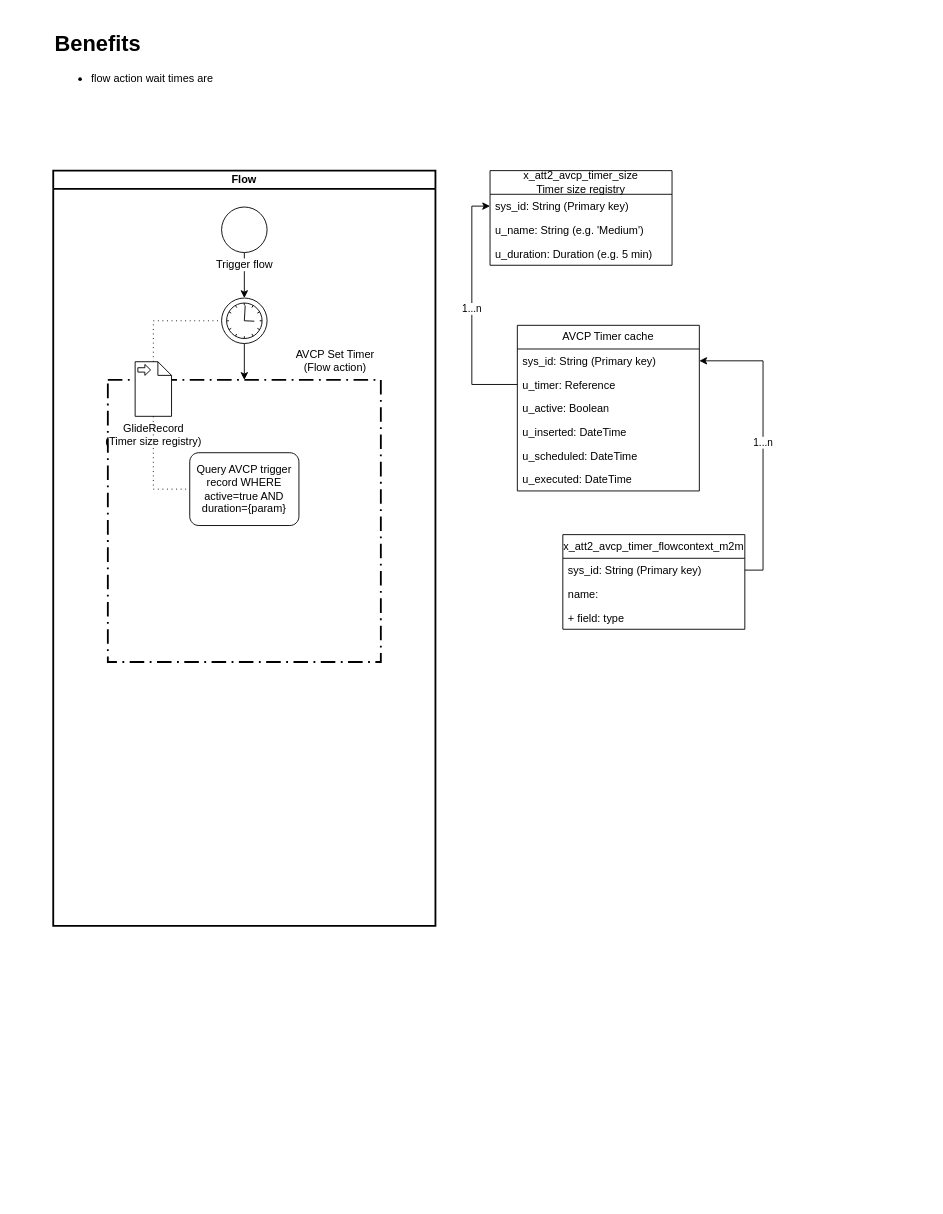
Earlier version of the draw.io diagram Flow Wait cache and setting.drawio (ceskie/CCW1856). Source tidied: cells renumbered, new cells numbered last; positions are measured from the earlier drawing's top-left corner, leaving out a move shared by most shapes. Both pictures are drawn from the tidied source at 91%, with x=0, y=0 at pixel (53, 25).
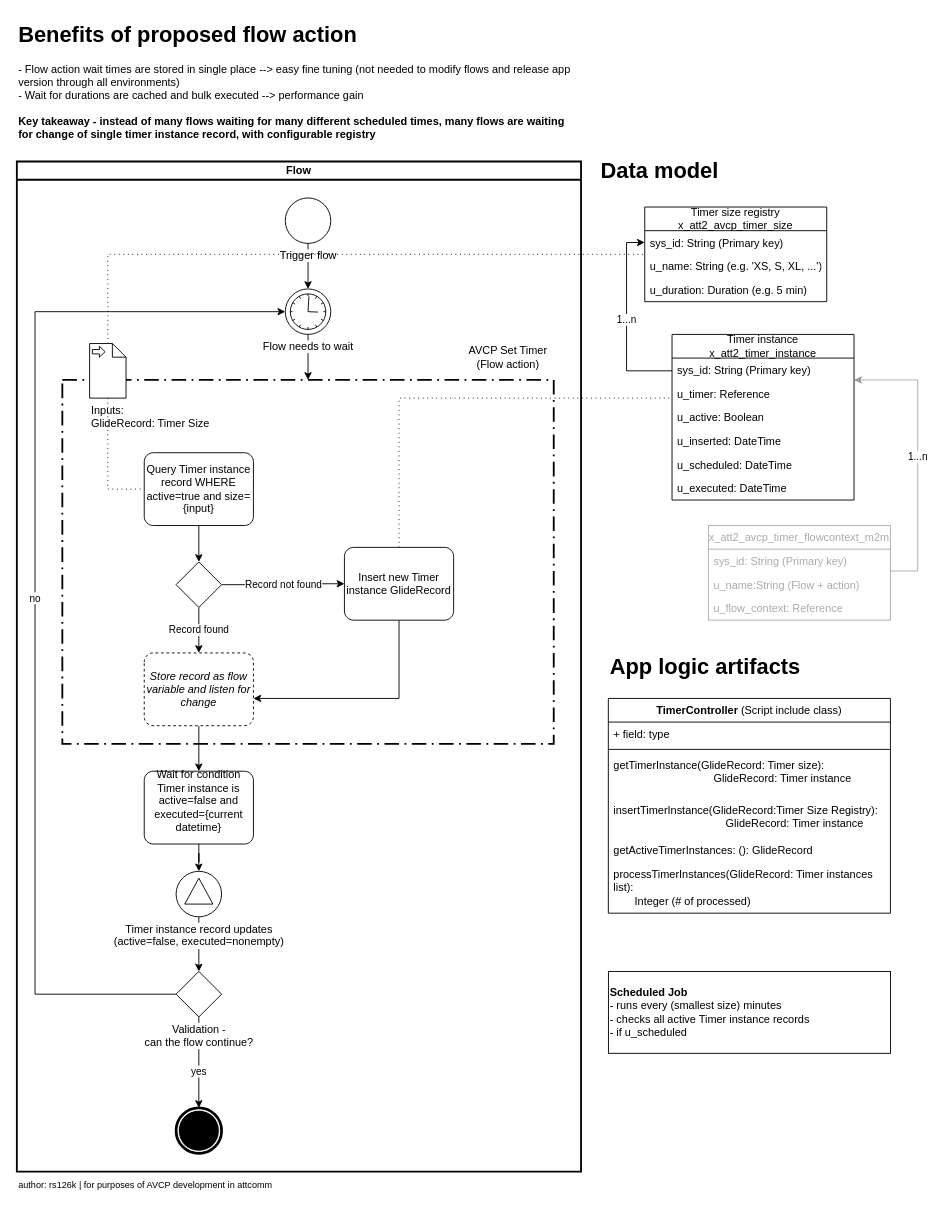
The same diagram, later.

Unchanged cells that the change refers to:
```xml
<mxCell id="14" value="sys_id: String (Primary key)" style="text;strokeColor=none;fillColor=none;align=left;verticalAlign=top;spacingLeft=4;spacingRight=4;overflow=hidden;points=[[0,0.5],[1,0.5]];portConstraint=eastwest;whiteSpace=wrap;html=1;" parent="13" vertex="1">
  <mxGeometry y="26" width="200" height="26" as="geometry" />
</mxCell>
<mxCell id="18" value="sys_id: String (Primary key)" style="text;strokeColor=none;fillColor=none;align=left;verticalAlign=top;spacingLeft=4;spacingRight=4;overflow=hidden;points=[[0,0.5],[1,0.5]];portConstraint=eastwest;whiteSpace=wrap;html=1;" parent="17" vertex="1">
  <mxGeometry y="26" width="200" height="26" as="geometry" />
</mxCell>
<mxCell id="19" value="u_timer: Reference" style="text;strokeColor=none;fillColor=none;align=left;verticalAlign=top;spacingLeft=4;spacingRight=4;overflow=hidden;points=[[0,0.5],[1,0.5]];portConstraint=eastwest;whiteSpace=wrap;html=1;" parent="17" vertex="1">
  <mxGeometry y="52" width="200" height="26" as="geometry" />
</mxCell>
```

The edit, as a diff of the source:
```diff
@@
     <mxCell id="2" value="&lt;b&gt;Flow&lt;/b&gt;" style="swimlane;html=1;startSize=20;fontStyle=0;horizontal=1;swimlaneLine=1;strokeWidth=2;swimlaneFillColor=#ffffff;whiteSpace=wrap;" parent="1" vertex="1">
-      <mxGeometry y="160" width="420" height="830" as="geometry" />
+      <mxGeometry x="-40" y="150" width="620" height="1110" as="geometry" />
     </mxCell>
     <mxCell id="3" style="points=[[0.25,0,0],[0.5,0,0],[0.75,0,0],[1,0.25,0],[1,0.5,0],[1,0.75,0],[0.75,1,0],[0.5,1,0],[0.25,1,0],[0,0.75,0],[0,0.5,0],[0,0.25,0]];rounded=1;arcSize=0;dashed=1;strokeColor=#000000;fillColor=none;gradientColor=none;dashPattern=8 3 1 3;strokeWidth=2;whiteSpace=wrap;html=1;" parent="2" vertex="1">
-      <mxGeometry x="60" y="230" width="300" height="310" as="geometry" />
+      <mxGeometry x="50" y="240" width="540" height="400" as="geometry" />
     </mxCell>
@@
     <mxCell id="5" value="Trigger flow" style="points=[[0.145,0.145,0],[0.5,0,0],[0.855,0.145,0],[1,0.5,0],[0.855,0.855,0],[0.5,1,0],[0.145,0.855,0],[0,0.5,0]];shape=mxgraph.bpmn.event;html=1;verticalLabelPosition=bottom;labelBackgroundColor=#ffffff;verticalAlign=top;align=center;perimeter=ellipsePerimeter;outlineConnect=0;outline=standard;symbol=general;" parent="2" vertex="1">
-      <mxGeometry x="185" y="40" width="50" height="50" as="geometry" />
+      <mxGeometry x="295" y="40" width="50" height="50" as="geometry" />
     </mxCell>
+    <mxCell id="31" style="edgeStyle=orthogonalEdgeStyle;rounded=0;jettySize=auto;html=1;" parent="2" edge="1" source="6" target="34">
+      <mxGeometry relative="1" as="geometry" />
+    </mxCell>
-    <mxCell id="6" value="Query AVCP trigger record WHERE&lt;br&gt;active=true AND duration={param}" style="points=[[0.25,0,0],[0.5,0,0],[0.75,0,0],[1,0.25,0],[1,0.5,0],[1,0.75,0],[0.75,1,0],[0.5,1,0],[0.25,1,0],[0,0.75,0],[0,0.5,0],[0,0.25,0]];shape=mxgraph.bpmn.task;whiteSpace=wrap;rectStyle=rounded;size=10;html=1;taskMarker=abstract;" parent="2" vertex="1">
-      <mxGeometry x="150" y="310" width="120" height="80" as="geometry" />
+    <mxCell id="6" value="Query Timer instance record WHERE active=true and size={input}" style="points=[[0.25,0,0],[0.5,0,0],[0.75,0,0],[1,0.25,0],[1,0.5,0],[1,0.75,0],[0.75,1,0],[0.5,1,0],[0.25,1,0],[0,0.75,0],[0,0.5,0],[0,0.25,0]];shape=mxgraph.bpmn.task;whiteSpace=wrap;rectStyle=rounded;size=10;html=1;taskMarker=abstract;" parent="2" vertex="1">
+      <mxGeometry x="140" y="320" width="120" height="80" as="geometry" />
     </mxCell>
@@
-    <mxCell id="8" style="points=[[0.145,0.145,0],[0.5,0,0],[0.855,0.145,0],[1,0.5,0],[0.855,0.855,0],[0.5,1,0],[0.145,0.855,0],[0,0.5,0]];shape=mxgraph.bpmn.event;html=1;verticalLabelPosition=bottom;labelBackgroundColor=#ffffff;verticalAlign=top;align=center;perimeter=ellipsePerimeter;outlineConnect=0;outline=standard;symbol=timer;" parent="2" vertex="1">
-      <mxGeometry x="185" y="140" width="50" height="50" as="geometry" />
+    <mxCell id="8" value="Flow needs to wait" style="points=[[0.145,0.145,0],[0.5,0,0],[0.855,0.145,0],[1,0.5,0],[0.855,0.855,0],[0.5,1,0],[0.145,0.855,0],[0,0.5,0]];shape=mxgraph.bpmn.event;html=1;verticalLabelPosition=bottom;labelBackgroundColor=#ffffff;verticalAlign=top;align=center;perimeter=ellipsePerimeter;outlineConnect=0;outline=standard;symbol=timer;" parent="2" vertex="1">
+      <mxGeometry x="295" y="140" width="50" height="50" as="geometry" />
     </mxCell>
-    <mxCell id="9" value="GlideRecord&lt;br&gt;(Timer size registry)" style="shape=mxgraph.bpmn.data;labelPosition=center;verticalLabelPosition=bottom;align=center;verticalAlign=top;size=15;html=1;bpmnTransferType=input;" parent="2" vertex="1">
-      <mxGeometry x="90" y="210" width="40" height="60" as="geometry" />
+    <mxCell id="9" value="Inputs:&lt;br&gt;GlideRecord: Timer Size" style="shape=mxgraph.bpmn.data;labelPosition=center;verticalLabelPosition=bottom;align=left;verticalAlign=top;size=15;html=1;bpmnTransferType=input;" parent="2" vertex="1">
+      <mxGeometry x="80" y="200" width="40" height="60" as="geometry" />
     </mxCell>
-    <mxCell id="10" style="edgeStyle=elbowEdgeStyle;fontSize=12;html=1;endFill=0;startFill=0;endSize=6;startSize=6;dashed=1;dashPattern=1 4;endArrow=none;startArrow=none;rounded=0;" parent="2" edge="1" source="9" target="8">
-      <mxGeometry relative="1" as="geometry">
-        <Array as="points">
-          <mxPoint x="110" y="220" />
-        </Array>
-      </mxGeometry>
-    </mxCell>
     <mxCell id="11" style="edgeStyle=elbowEdgeStyle;fontSize=12;html=1;endFill=0;startFill=0;endSize=6;startSize=6;dashed=1;dashPattern=1 4;endArrow=none;startArrow=none;rounded=0;" parent="2" edge="1" source="9" target="6">
       <mxGeometry relative="1" as="geometry">
         <Array as="points">
-          <mxPoint x="110" y="300" />
+          <mxPoint x="100" y="310" />
         </Array>
       </mxGeometry>
     </mxCell>
     <mxCell id="12" value="AVCP Set Timer (Flow action)" style="text;html=1;strokeColor=none;fillColor=none;align=center;verticalAlign=middle;whiteSpace=wrap;rounded=0;" parent="2" vertex="1">
-      <mxGeometry x="260" y="194" width="100" height="30" as="geometry" />
+      <mxGeometry x="490" y="200" width="100" height="30" as="geometry" />
     </mxCell>
+    <mxCell id="32" value="Record found" style="edgeStyle=orthogonalEdgeStyle;rounded=0;jettySize=auto;html=1;" parent="2" edge="1" source="34" target="36">
+      <mxGeometry relative="1" as="geometry" />
+    </mxCell>
+    <mxCell id="33" value="Record not found" style="edgeStyle=orthogonalEdgeStyle;rounded=0;jettySize=auto;html=1;" parent="2" edge="1" source="34" target="38">
+      <mxGeometry relative="1" as="geometry" />
+    </mxCell>
+    <mxCell id="34" style="points=[[0.25,0.25,0],[0.5,0,0],[0.75,0.25,0],[1,0.5,0],[0.75,0.75,0],[0.5,1,0],[0.25,0.75,0],[0,0.5,0]];shape=mxgraph.bpmn.gateway2;html=1;verticalLabelPosition=bottom;labelBackgroundColor=#ffffff;verticalAlign=top;align=center;perimeter=rhombusPerimeter;outlineConnect=0;outline=none;symbol=none;" parent="2" vertex="1">
+      <mxGeometry x="175" y="440" width="50" height="50" as="geometry" />
+    </mxCell>
+    <mxCell id="35" style="edgeStyle=orthogonalEdgeStyle;rounded=0;jettySize=auto;html=1;" parent="2" edge="1" source="36" target="42">
+      <mxGeometry relative="1" as="geometry" />
+    </mxCell>
+    <mxCell id="36" value="&lt;i&gt;Store record as flow variable and listen for change&lt;/i&gt;" style="points=[[0.25,0,0],[0.5,0,0],[0.75,0,0],[1,0.25,0],[1,0.5,0],[1,0.75,0],[0.75,1,0],[0.5,1,0],[0.25,1,0],[0,0.75,0],[0,0.5,0],[0,0.25,0]];shape=mxgraph.bpmn.task;whiteSpace=wrap;rectStyle=rounded;size=10;html=1;taskMarker=abstract;dashed=1;" parent="2" vertex="1">
+      <mxGeometry x="140" y="540" width="120" height="80" as="geometry" />
+    </mxCell>
+    <mxCell id="37" style="edgeStyle=orthogonalEdgeStyle;rounded=0;jettySize=auto;html=1;" parent="2" edge="1" source="38" target="36">
+      <mxGeometry relative="1" as="geometry">
+        <Array as="points">
+          <mxPoint x="420" y="590" />
+        </Array>
+      </mxGeometry>
+    </mxCell>
+    <mxCell id="38" value="Insert new Timer instance GlideRecord" style="points=[[0.25,0,0],[0.5,0,0],[0.75,0,0],[1,0.25,0],[1,0.5,0],[1,0.75,0],[0.75,1,0],[0.5,1,0],[0.25,1,0],[0,0.75,0],[0,0.5,0],[0,0.25,0]];shape=mxgraph.bpmn.task;whiteSpace=wrap;rectStyle=rounded;size=10;html=1;taskMarker=abstract;" parent="2" vertex="1">
+      <mxGeometry x="360" y="424" width="120" height="80" as="geometry" />
+    </mxCell>
+    <mxCell id="39" style="edgeStyle=orthogonalEdgeStyle;rounded=0;jettySize=auto;html=1;" parent="2" edge="1" source="40" target="46">
+      <mxGeometry relative="1" as="geometry" />
+    </mxCell>
+    <mxCell id="40" value="Timer instance record updates &lt;br&gt;(active=false, executed=nonempty)" style="points=[[0.145,0.145,0],[0.5,0,0],[0.855,0.145,0],[1,0.5,0],[0.855,0.855,0],[0.5,1,0],[0.145,0.855,0],[0,0.5,0]];shape=mxgraph.bpmn.event;html=1;verticalLabelPosition=bottom;labelBackgroundColor=#ffffff;verticalAlign=top;align=center;perimeter=ellipsePerimeter;outlineConnect=0;outline=standard;symbol=signal;" parent="2" vertex="1">
+      <mxGeometry x="175" y="780" width="50" height="50" as="geometry" />
+    </mxCell>
+    <mxCell id="41" style="edgeStyle=orthogonalEdgeStyle;rounded=0;jettySize=auto;html=1;" parent="2" edge="1" source="42" target="40">
+      <mxGeometry relative="1" as="geometry" />
+    </mxCell>
+    <mxCell id="42" value="&#10;Wait for condition&lt;br&gt;Timer instance is active=false and executed={current datetime}&#10;&#10;" style="points=[[0.25,0,0],[0.5,0,0],[0.75,0,0],[1,0.25,0],[1,0.5,0],[1,0.75,0],[0.75,1,0],[0.5,1,0],[0.25,1,0],[0,0.75,0],[0,0.5,0],[0,0.25,0]];shape=mxgraph.bpmn.task;whiteSpace=wrap;rectStyle=rounded;size=10;html=1;taskMarker=abstract;" parent="2" vertex="1">
+      <mxGeometry x="140" y="670" width="120" height="80" as="geometry" />
+    </mxCell>
+    <mxCell id="43" style="points=[[0.145,0.145,0],[0.5,0,0],[0.855,0.145,0],[1,0.5,0],[0.855,0.855,0],[0.5,1,0],[0.145,0.855,0],[0,0.5,0]];shape=mxgraph.bpmn.event;html=1;verticalLabelPosition=bottom;labelBackgroundColor=#ffffff;verticalAlign=top;align=center;perimeter=ellipsePerimeter;outlineConnect=0;outline=end;symbol=terminate;" parent="2" vertex="1">
+      <mxGeometry x="175" y="1040" width="50" height="50" as="geometry" />
+    </mxCell>
+    <mxCell id="44" value="yes" style="edgeStyle=orthogonalEdgeStyle;rounded=0;jettySize=auto;html=1;" parent="2" edge="1" source="46" target="43">
+      <mxGeometry x="0.2" relative="1" as="geometry" />
+    </mxCell>
+    <mxCell id="45" value="no" style="edgeStyle=orthogonalEdgeStyle;rounded=0;jettySize=auto;html=1;" parent="2" edge="1" source="46" target="8">
+      <mxGeometry relative="1" as="geometry">
+        <Array as="points">
+          <mxPoint x="20" y="915" />
+          <mxPoint x="20" y="165" />
+        </Array>
+      </mxGeometry>
+    </mxCell>
+    <mxCell id="46" value="Validation - &lt;br&gt;can the flow continue?" style="points=[[0.25,0.25,0],[0.5,0,0],[0.75,0.25,0],[1,0.5,0],[0.75,0.75,0],[0.5,1,0],[0.25,0.75,0],[0,0.5,0]];shape=mxgraph.bpmn.gateway2;html=1;verticalLabelPosition=bottom;labelBackgroundColor=#ffffff;verticalAlign=top;align=center;perimeter=rhombusPerimeter;outlineConnect=0;outline=none;symbol=none;" parent="2" vertex="1">
+      <mxGeometry x="175" y="890" width="50" height="50" as="geometry" />
+    </mxCell>
-    <mxCell id="13" value="x_att2_avcp_timer_size&lt;br&gt;Timer size registry" style="swimlane;fontStyle=0;horizontal=1;startSize=26;fillColor=none;whiteSpace=wrap;html=1;" parent="1" vertex="1">
-      <mxGeometry x="480" y="160" width="200" height="104" as="geometry" />
+    <mxCell id="13" value="Timer size registry&lt;br&gt;x_att2_avcp_timer_size" style="swimlane;fontStyle=0;horizontal=1;startSize=26;fillColor=none;whiteSpace=wrap;html=1;" parent="1" vertex="1">
+      <mxGeometry x="650" y="200" width="200" height="104" as="geometry" />
     </mxCell>
@@
-    <mxCell id="15" value="u_name: String (e.g. 'Medium')" style="text;strokeColor=none;fillColor=none;align=left;verticalAlign=top;spacingLeft=4;spacingRight=4;overflow=hidden;whiteSpace=wrap;html=1;" parent="13" vertex="1">
+    <mxCell id="15" value="u_name: String (e.g. 'XS, S, XL, ...')" style="text;strokeColor=none;fillColor=none;align=left;verticalAlign=top;spacingLeft=4;spacingRight=4;overflow=hidden;whiteSpace=wrap;html=1;" parent="13" vertex="1">
       <mxGeometry y="52" width="200" height="26" as="geometry" />
     </mxCell>
@@
-    <mxCell id="17" value="AVCP Timer cache" style="swimlane;fontStyle=0;horizontal=1;startSize=26;fillColor=none;whiteSpace=wrap;html=1;" parent="1" vertex="1">
-      <mxGeometry x="510" y="330" width="200" height="182" as="geometry" />
+    <mxCell id="17" value="Timer instance&lt;br&gt;x_att2_timer_instance" style="swimlane;fontStyle=0;horizontal=1;startSize=26;fillColor=none;whiteSpace=wrap;html=1;" parent="1" vertex="1">
+      <mxGeometry x="680" y="340" width="200" height="182" as="geometry" />
     </mxCell>
@@
-    <mxCell id="24" value="x_att2_avcp_timer_flowcontext_m2m" style="swimlane;fontStyle=0;horizontal=1;startSize=26;fillColor=none;whiteSpace=wrap;html=1;" parent="1" vertex="1">
-      <mxGeometry x="560" y="560" width="200" height="104" as="geometry" />
+    <mxCell id="24" value="x_att2_avcp_timer_flowcontext_m2m" style="swimlane;fontStyle=0;horizontal=1;startSize=26;fillColor=none;whiteSpace=wrap;html=1;textOpacity=33;opacity=33;" parent="1" vertex="1">
+      <mxGeometry x="720" y="550" width="200" height="104" as="geometry" />
     </mxCell>
-    <mxCell id="25" value="sys_id: String (Primary key)" style="text;strokeColor=none;fillColor=none;align=left;verticalAlign=top;spacingLeft=4;spacingRight=4;overflow=hidden;points=[[0,0.5],[1,0.5]];portConstraint=eastwest;whiteSpace=wrap;html=1;" parent="24" vertex="1">
+    <mxCell id="25" value="sys_id: String (Primary key)" style="text;strokeColor=none;fillColor=none;align=left;verticalAlign=top;spacingLeft=4;spacingRight=4;overflow=hidden;points=[[0,0.5],[1,0.5]];portConstraint=eastwest;whiteSpace=wrap;html=1;textOpacity=33;opacity=50;" parent="24" vertex="1">
       <mxGeometry y="26" width="200" height="26" as="geometry" />
     </mxCell>
-    <mxCell id="26" value="name: " style="text;strokeColor=none;fillColor=none;align=left;verticalAlign=top;spacingLeft=4;spacingRight=4;overflow=hidden;whiteSpace=wrap;html=1;" parent="24" vertex="1">
+    <mxCell id="26" value="u_name:String (Flow + action)" style="text;strokeColor=none;fillColor=none;align=left;verticalAlign=top;spacingLeft=4;spacingRight=4;overflow=hidden;whiteSpace=wrap;html=1;textOpacity=33;opacity=50;" parent="24" vertex="1">
       <mxGeometry y="52" width="200" height="26" as="geometry" />
     </mxCell>
-    <mxCell id="27" value="+ field: type" style="text;strokeColor=none;fillColor=none;align=left;verticalAlign=top;spacingLeft=4;spacingRight=4;overflow=hidden;whiteSpace=wrap;html=1;" parent="24" vertex="1">
+    <mxCell id="27" value="u_flow_context: Reference" style="text;strokeColor=none;fillColor=none;align=left;verticalAlign=top;spacingLeft=4;spacingRight=4;overflow=hidden;whiteSpace=wrap;html=1;textOpacity=33;opacity=50;" parent="24" vertex="1">
       <mxGeometry y="78" width="200" height="26" as="geometry" />
     </mxCell>
-    <mxCell id="28" value="1...n" style="edgeStyle=orthogonalEdgeStyle;rounded=0;jettySize=auto;html=1;" parent="1" edge="1" source="19" target="14">
+    <mxCell id="28" value="1...n" style="edgeStyle=orthogonalEdgeStyle;rounded=0;jettySize=auto;html=1;" parent="1" edge="1" source="18" target="14">
       <mxGeometry relative="1" as="geometry">
         <Array as="points">
-          <mxPoint x="460" y="395" />
-          <mxPoint x="460" y="199" />
+          <mxPoint x="630" y="380" />
+          <mxPoint x="630" y="239" />
         </Array>
       </mxGeometry>
     </mxCell>
-    <mxCell id="29" value="1...n" style="edgeStyle=orthogonalEdgeStyle;rounded=0;jettySize=auto;html=1;" parent="1" edge="1" source="25" target="18">
+    <mxCell id="29" value="1...n" style="edgeStyle=orthogonalEdgeStyle;rounded=0;jettySize=auto;html=1;opacity=33;" parent="1" edge="1" source="25" target="18">
       <mxGeometry relative="1" as="geometry">
         <Array as="points">
-          <mxPoint x="780" y="599" />
-          <mxPoint x="780" y="369" />
+          <mxPoint x="950" y="600" />
+          <mxPoint x="950" y="390" />
         </Array>
       </mxGeometry>
     </mxCell>
-    <mxCell id="30" value="&lt;h1 style=&quot;margin-top: 0px;&quot;&gt;Benefits&lt;/h1&gt;&lt;ul&gt;&lt;li&gt;flow action wait times are &lt;br&gt;&lt;/li&gt;&lt;/ul&gt;" style="text;html=1;whiteSpace=wrap;overflow=hidden;rounded=0;" parent="1" vertex="1">
-      <mxGeometry width="240" height="120" as="geometry" />
+    <mxCell id="30" value="&lt;h1 style=&quot;margin-top: 0px;&quot;&gt;Benefits of proposed flow action&lt;br&gt;&lt;/h1&gt;- Flow action wait times are stored in single place --&amp;gt; easy fine tuning (not needed to modify flows and release app version through all environments)&lt;br&gt;&lt;div&gt;- Wait for durations are cached and bulk executed --&amp;gt; performance gain&lt;/div&gt;&lt;div&gt;&lt;br&gt;&lt;/div&gt;&lt;div&gt;&lt;b&gt;Key takeaway - instead of many flows waiting for many different scheduled times, many flows are waiting for change of single timer instance record, with configurable registry&lt;/b&gt;&lt;br&gt;&lt;/div&gt;" style="text;html=1;whiteSpace=wrap;overflow=hidden;rounded=0;" parent="1" vertex="1">
+      <mxGeometry x="-40" y="-10" width="620" height="140" as="geometry" />
     </mxCell>
+    <mxCell id="47" value="TimerController &lt;span style=&quot;font-weight: normal;&quot;&gt;(Script include class)&lt;/span&gt;" style="swimlane;fontStyle=1;align=center;verticalAlign=top;horizontal=1;startSize=26;whiteSpace=wrap;html=1;" parent="1" vertex="1">
+      <mxGeometry x="610" y="740" width="310" height="236" as="geometry" />
+    </mxCell>
+    <mxCell id="48" value="+ field: type" style="text;strokeColor=none;fillColor=none;align=left;verticalAlign=top;spacingLeft=4;spacingRight=4;overflow=hidden;whiteSpace=wrap;html=1;" parent="47" vertex="1">
+      <mxGeometry y="26" width="310" height="26" as="geometry" />
+    </mxCell>
+    <mxCell id="49" style="line;strokeWidth=1;fillColor=none;align=left;verticalAlign=middle;spacingTop=-1;spacingLeft=3;spacingRight=3;labelPosition=right;strokeColor=inherit;" parent="47" vertex="1">
+      <mxGeometry y="52" width="310" height="8" as="geometry" />
+    </mxCell>
+    <mxCell id="50" value="getTimerInstance(GlideRecord: Timer size):&lt;br&gt;&amp;nbsp;&amp;nbsp;&amp;nbsp;&amp;nbsp;&amp;nbsp;&amp;nbsp;&amp;nbsp;&amp;nbsp;&amp;nbsp;&amp;nbsp;&amp;nbsp;&amp;nbsp;&amp;nbsp;&amp;nbsp;&amp;nbsp;&amp;nbsp;&amp;nbsp;&amp;nbsp;&amp;nbsp;&amp;nbsp;&amp;nbsp;&amp;nbsp;&amp;nbsp;&amp;nbsp;&amp;nbsp;&amp;nbsp;&amp;nbsp;&amp;nbsp;&amp;nbsp;&amp;nbsp;&amp;nbsp;&amp;nbsp; GlideRecord: Timer instance" style="text;strokeColor=none;fillColor=none;align=left;verticalAlign=top;spacingLeft=4;spacingRight=4;overflow=hidden;whiteSpace=wrap;html=1;" parent="47" vertex="1">
+      <mxGeometry y="60" width="310" height="50" as="geometry" />
+    </mxCell>
+    <mxCell id="51" value="insertTimerInstance(GlideRecord:Timer Size Registry):&lt;br&gt;&lt;span style=&quot;white-space: pre;&quot;&gt;&#9;&lt;/span&gt;&lt;span style=&quot;white-space: pre;&quot;&gt;&#9;&lt;/span&gt;&lt;span style=&quot;white-space: pre;&quot;&gt;&#9;&lt;/span&gt;&lt;span style=&quot;white-space: pre;&quot;&gt;&#9;&lt;/span&gt;&amp;nbsp;&amp;nbsp;&amp;nbsp;&amp;nbsp; GlideRecord: Timer instance" style="text;strokeColor=none;fillColor=none;align=left;verticalAlign=top;spacingLeft=4;spacingRight=4;overflow=hidden;whiteSpace=wrap;html=1;" parent="47" vertex="1">
+      <mxGeometry y="110" width="310" height="44" as="geometry" />
+    </mxCell>
+    <mxCell id="52" value="getActiveTimerInstances: (): GlideRecord" style="text;strokeColor=none;fillColor=none;align=left;verticalAlign=top;spacingLeft=4;spacingRight=4;overflow=hidden;whiteSpace=wrap;html=1;" parent="47" vertex="1">
+      <mxGeometry y="154" width="310" height="26" as="geometry" />
+    </mxCell>
+    <mxCell id="53" value="processTimerInstances(GlideRecord: Timer instances list): &lt;br&gt;&amp;nbsp;&amp;nbsp;&amp;nbsp;&amp;nbsp;&amp;nbsp;&amp;nbsp; Integer (# of processed)" style="text;strokeColor=none;fillColor=none;align=left;verticalAlign=top;spacingLeft=4;spacingRight=4;overflow=hidden;whiteSpace=wrap;html=1;" parent="47" vertex="1">
+      <mxGeometry y="180" width="310" height="56" as="geometry" />
+    </mxCell>
+    <mxCell id="54" value="author: rs126k | for purposes of AVCP development in attcomm" style="text;html=1;align=left;verticalAlign=middle;whiteSpace=wrap;rounded=0;fontSize=10;" parent="1" vertex="1">
+      <mxGeometry x="-40" y="1260" width="540" height="30" as="geometry" />
+    </mxCell>
+    <mxCell id="55" value="&lt;h1 style=&quot;margin-top: 0px;&quot;&gt;Data model&lt;br&gt;&lt;/h1&gt;" style="text;html=1;whiteSpace=wrap;overflow=hidden;rounded=0;" parent="1" vertex="1">
+      <mxGeometry x="600" y="140" width="310.1" height="40" as="geometry" />
+    </mxCell>
+    <mxCell id="56" value="&lt;h1 style=&quot;margin-top: 0px;&quot;&gt;App logic artifacts&lt;br&gt;&lt;/h1&gt;" style="text;html=1;whiteSpace=wrap;overflow=hidden;rounded=0;" parent="1" vertex="1">
+      <mxGeometry x="609.9" y="685" width="310.1" height="40" as="geometry" />
+    </mxCell>
+    <mxCell id="57" style="edgeStyle=elbowEdgeStyle;fontSize=12;html=1;endFill=0;startFill=0;endSize=6;startSize=6;dashed=1;dashPattern=1 4;endArrow=none;startArrow=none;rounded=0;" parent="1" edge="1" source="38" target="17">
+      <mxGeometry relative="1" as="geometry">
+        <Array as="points">
+          <mxPoint x="380" y="410" />
+        </Array>
+      </mxGeometry>
+    </mxCell>
+    <mxCell id="10" style="edgeStyle=elbowEdgeStyle;fontSize=12;html=1;endFill=0;startFill=0;endSize=6;startSize=6;dashed=1;dashPattern=1 4;endArrow=none;startArrow=none;rounded=0;" parent="1" edge="1" source="9" target="13">
+      <mxGeometry relative="1" as="geometry">
+        <Array as="points">
+          <mxPoint x="60" y="380" />
+        </Array>
+      </mxGeometry>
+    </mxCell>
+    <mxCell id="58" value="&lt;div&gt;&lt;div align=&quot;left&quot;&gt;&lt;b&gt;Scheduled Job&lt;/b&gt;&lt;br&gt;&lt;/div&gt;- runs every (smallest size) minutes&lt;br&gt;- checks all active Timer instance records&lt;br&gt;- if u_scheduled &lt;br&gt;&lt;/div&gt;" style="html=1;whiteSpace=wrap;align=left;" parent="1" vertex="1">
+      <mxGeometry x="610.1" y="1040" width="310" height="90" as="geometry" />
+    </mxCell>
```
